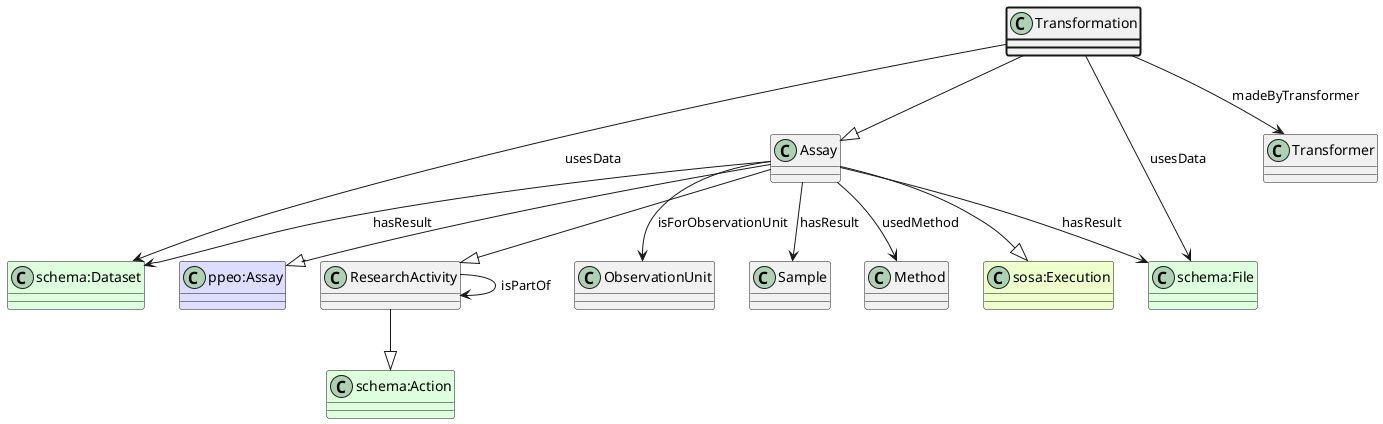
Before: ttl_uml/ttl_appn_Transformation.png, a diagram exported from PlantUML (aus-plant-phenomics-network/appn-schema).
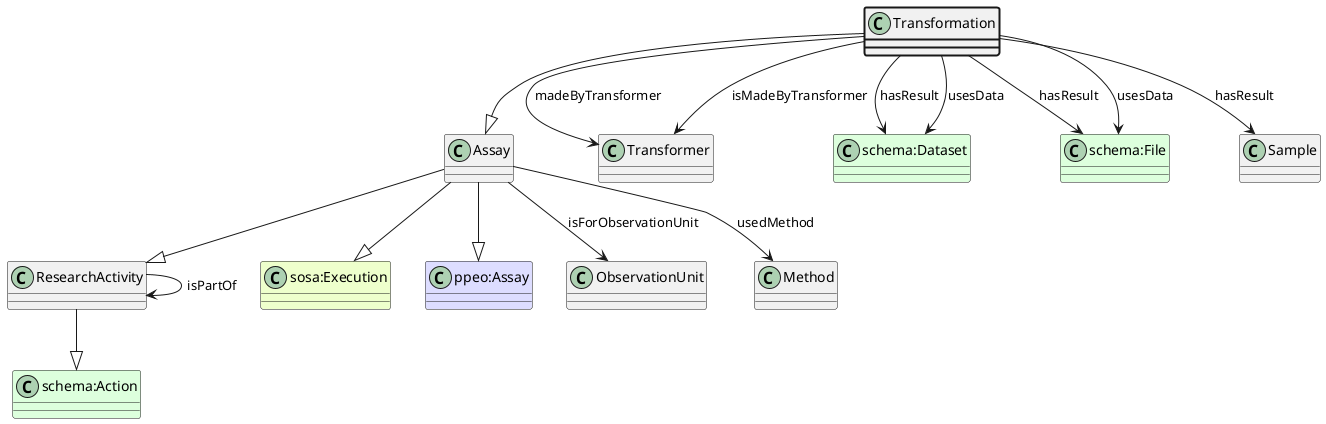
After the change.

Change to the diagram source:
```diff
@@ -13,17 +13,19 @@
 class Transformer
 Transformation --> Transformer : madeByTransformer
 class "schema:Dataset" #DDFFDD
+Transformation --> "schema:Dataset" : hasResult
+class "schema:File" #DDFFDD
+Transformation --> "schema:File" : hasResult
+class Sample
+Transformation --> Sample : hasResult
+class "schema:Dataset" #DDFFDD
 Transformation --> "schema:Dataset" : usesData
 class "schema:File" #DDFFDD
 Transformation --> "schema:File" : usesData
+class Transformer
+Transformation --> Transformer : isMadeByTransformer
 class ObservationUnit
 Assay --> ObservationUnit : isForObservationUnit
-class "schema:Dataset" #DDFFDD
-Assay --> "schema:Dataset" : hasResult
-class "schema:File" #DDFFDD
-Assay --> "schema:File" : hasResult
-class Sample
-Assay --> Sample : hasResult
 class Method
 Assay --> Method : usedMethod
 class ResearchActivity
```
